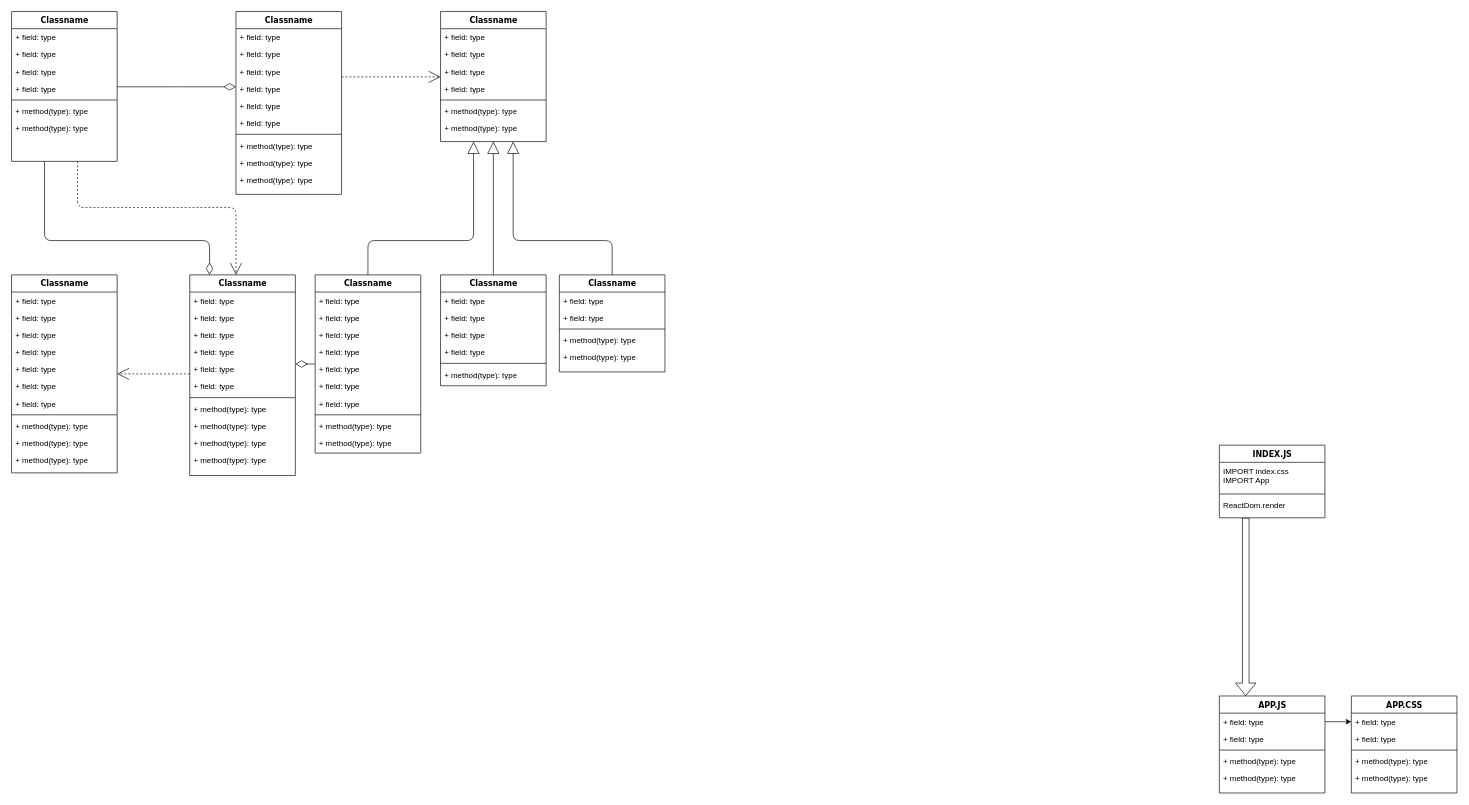
Above: Social network.drawio in 89224747505/diagrams (draw.io), before the change. Source tidied: cells renumbered, new cells numbered last; positions are measured from the earlier drawing's top-left corner, leaving out a move shared by most shapes. Both pictures are drawn from the tidied source at 66%, with x=0, y=0 at pixel (11, 11).
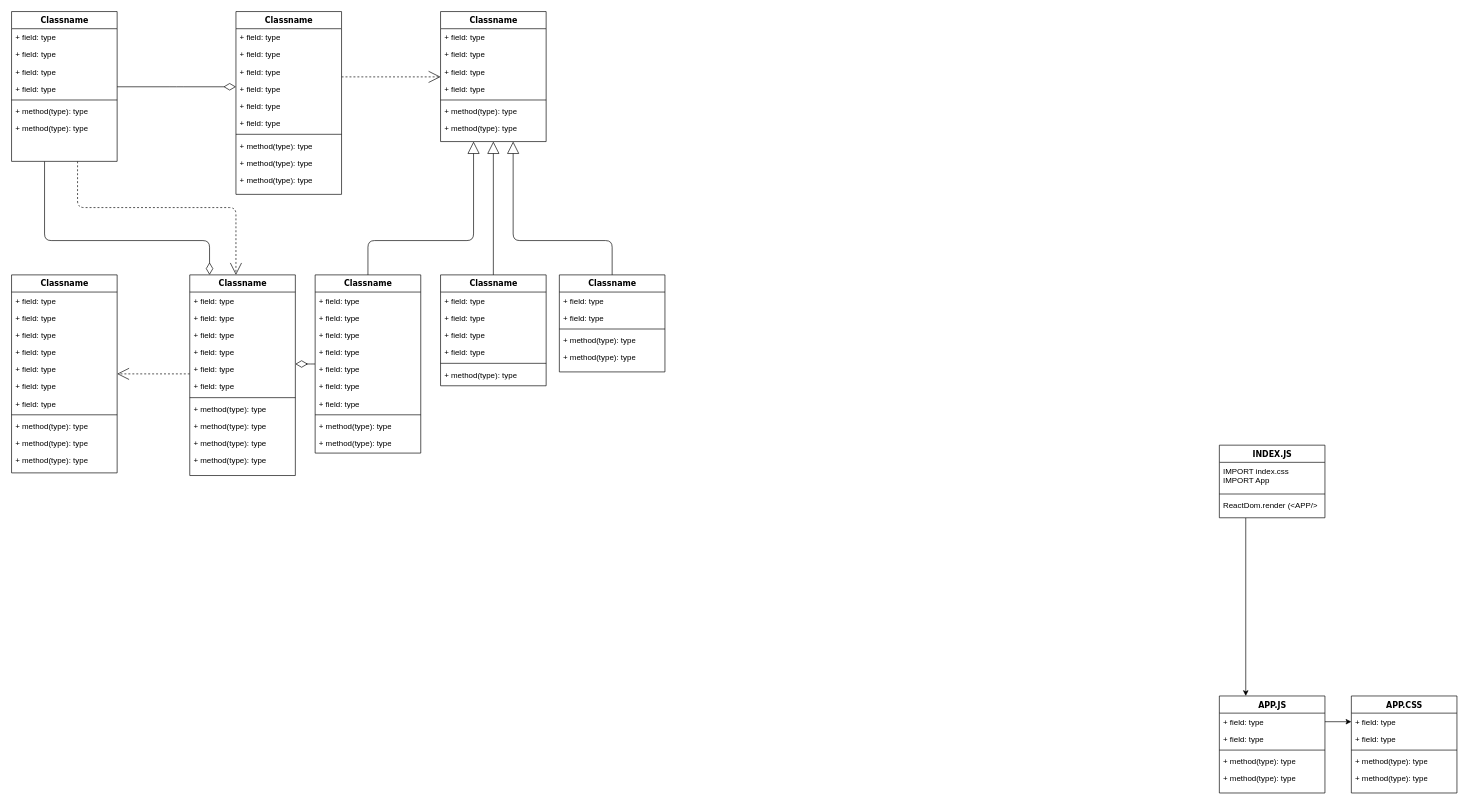
The same diagram, later.

The change refers to these unchanged cells:
```xml
<mxCell id="86" value="APP.JS" style="swimlane;html=1;fontStyle=1;align=center;verticalAlign=top;horizontal=1;startSize=26;swimlaneFillColor=#ffffff;rounded=0;shadow=0;comic=0;labelBackgroundColor=none;strokeWidth=1;fillColor=none;fontFamily=Verdana;fontSize=12;" parent="1" vertex="1">
  <mxGeometry x="1830" y="1037" width="160" height="147" as="geometry" />
</mxCell>
<mxCell id="93" value="INDEX.JS" style="swimlane;html=1;fontStyle=1;align=center;verticalAlign=top;horizontal=1;startSize=26;swimlaneFillColor=#ffffff;rounded=0;shadow=0;comic=0;labelBackgroundColor=none;strokeWidth=1;fillColor=none;fontFamily=Verdana;fontSize=12;" parent="1" vertex="1">
  <mxGeometry x="1830" y="657" width="160" height="110" as="geometry" />
</mxCell>
```

Diff of the diagram source:
```diff
@@
-    <mxCell id="92" style="edgeStyle=orthogonalEdgeStyle;rounded=0;jettySize=auto;html=1;exitX=0.25;exitY=1;exitDx=0;exitDy=0;entryX=0.25;entryY=0;entryDx=0;entryDy=0;shape=flexArrow;" parent="1" edge="1" source="93" target="86">
+    <mxCell id="92" style="edgeStyle=orthogonalEdgeStyle;rounded=0;jettySize=auto;html=1;exitX=0.25;exitY=1;exitDx=0;exitDy=0;entryX=0.25;entryY=0;entryDx=0;entryDy=0;" parent="1" edge="1" source="93" target="86">
       <mxGeometry relative="1" as="geometry" />
     </mxCell>
@@
-    <mxCell id="96" value="ReactDom.render" style="text;html=1;strokeColor=none;fillColor=none;align=left;verticalAlign=top;spacingLeft=4;spacingRight=4;whiteSpace=wrap;overflow=hidden;" parent="93" vertex="1">
+    <mxCell id="96" value="ReactDom.render (&amp;lt;APP/&amp;gt;" style="text;html=1;strokeColor=none;fillColor=none;align=left;verticalAlign=top;spacingLeft=4;spacingRight=4;whiteSpace=wrap;overflow=hidden;" parent="93" vertex="1">
       <mxGeometry y="78" width="160" height="22" as="geometry" />
     </mxCell>
```
